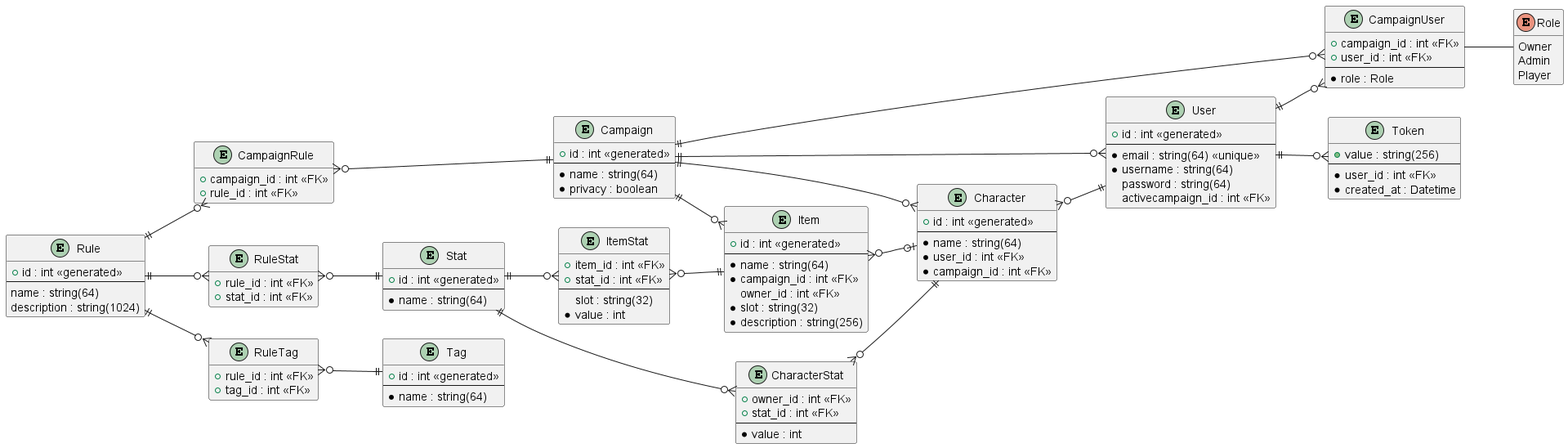
MathieuAvec1T-dev/DiceHall keeps this PlantUML diagram as DataBase/DB.png. Above is the earlier version.
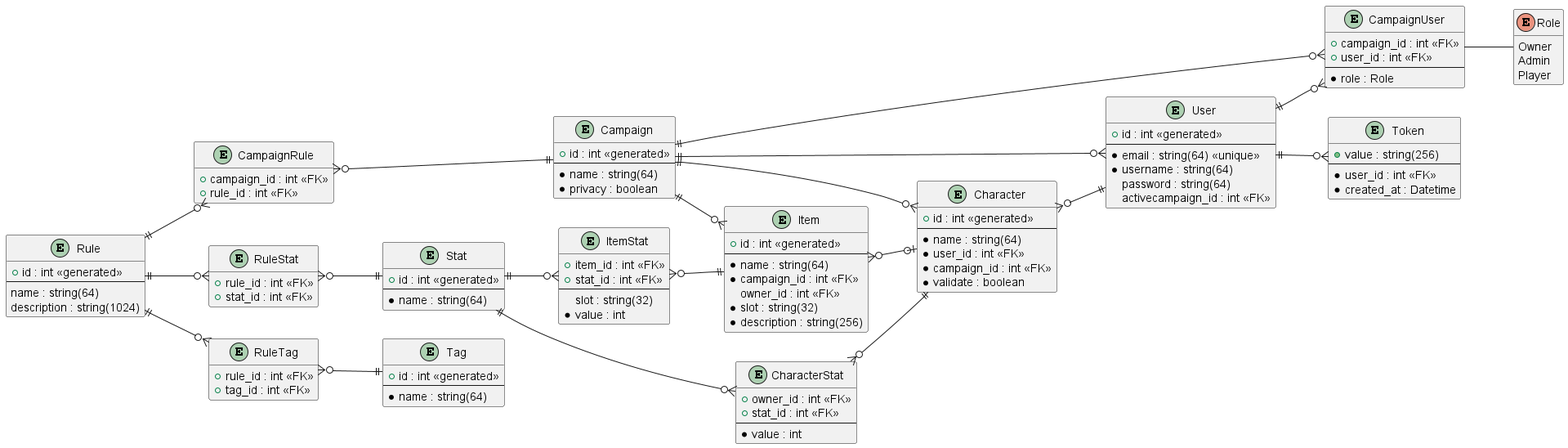
The same file after the commit.

Commit message:
Core - DB - Character : ajout validate

Diff of the diagram source:
```diff
@@ -44,6 +44,7 @@
     * name : string(64)
     * user_id : int <<FK>>
     * campaign_id : int <<FK>>
+    * validate : boolean
 }
 
 entity Item {
```
